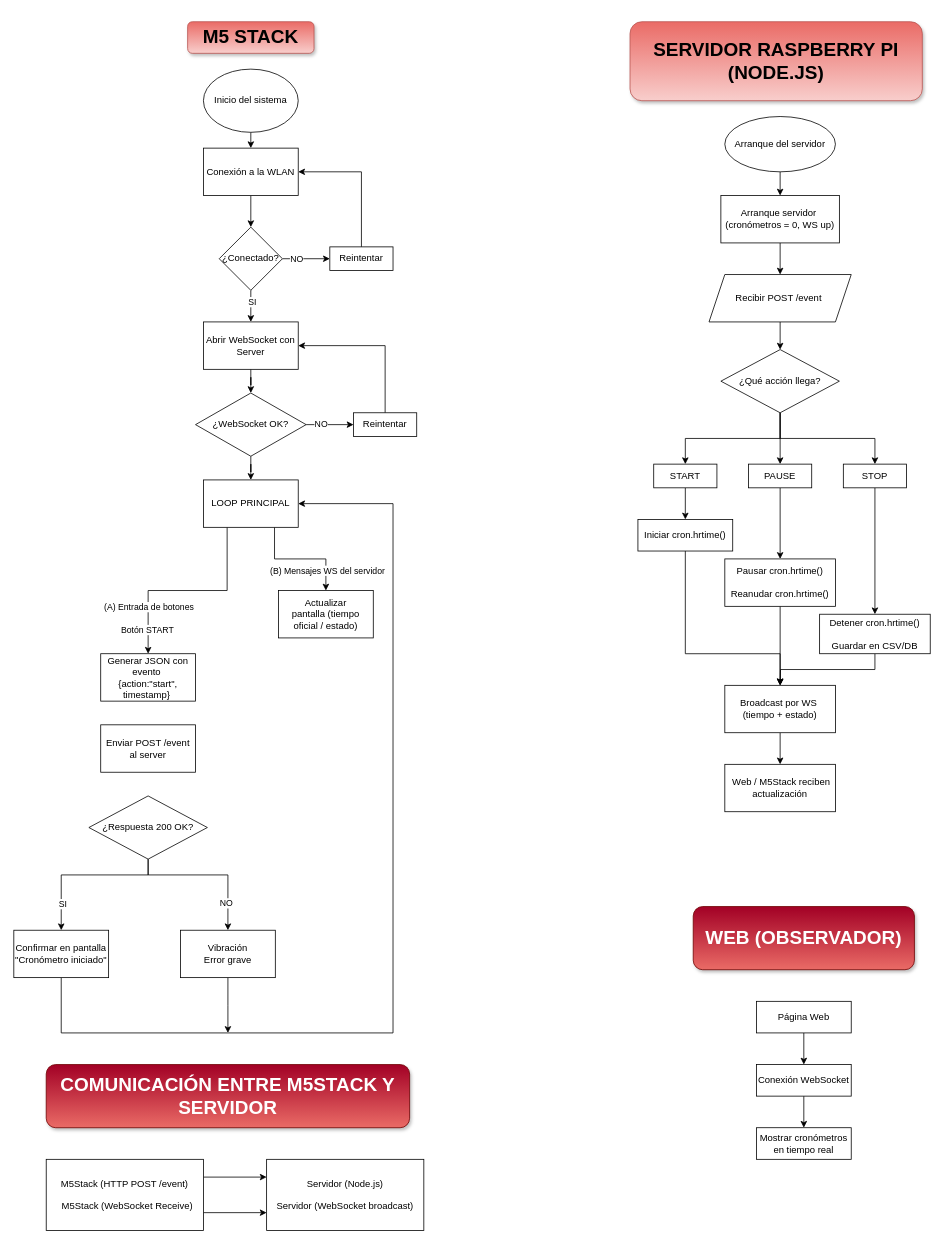
POLIWOOD-UPV/Comunicacion_XtraChallenge keeps this draw.io diagram as diagrams/POLIWOOD-M5STACK.drawio. Above is the earlier version. Source tidied: cells renumbered, new cells numbered last; positions are measured from the earlier drawing's top-left corner, leaving out a move shared by most shapes. Both pictures are drawn from the tidied source at 79%, with x=0, y=0 at pixel (13, 21).
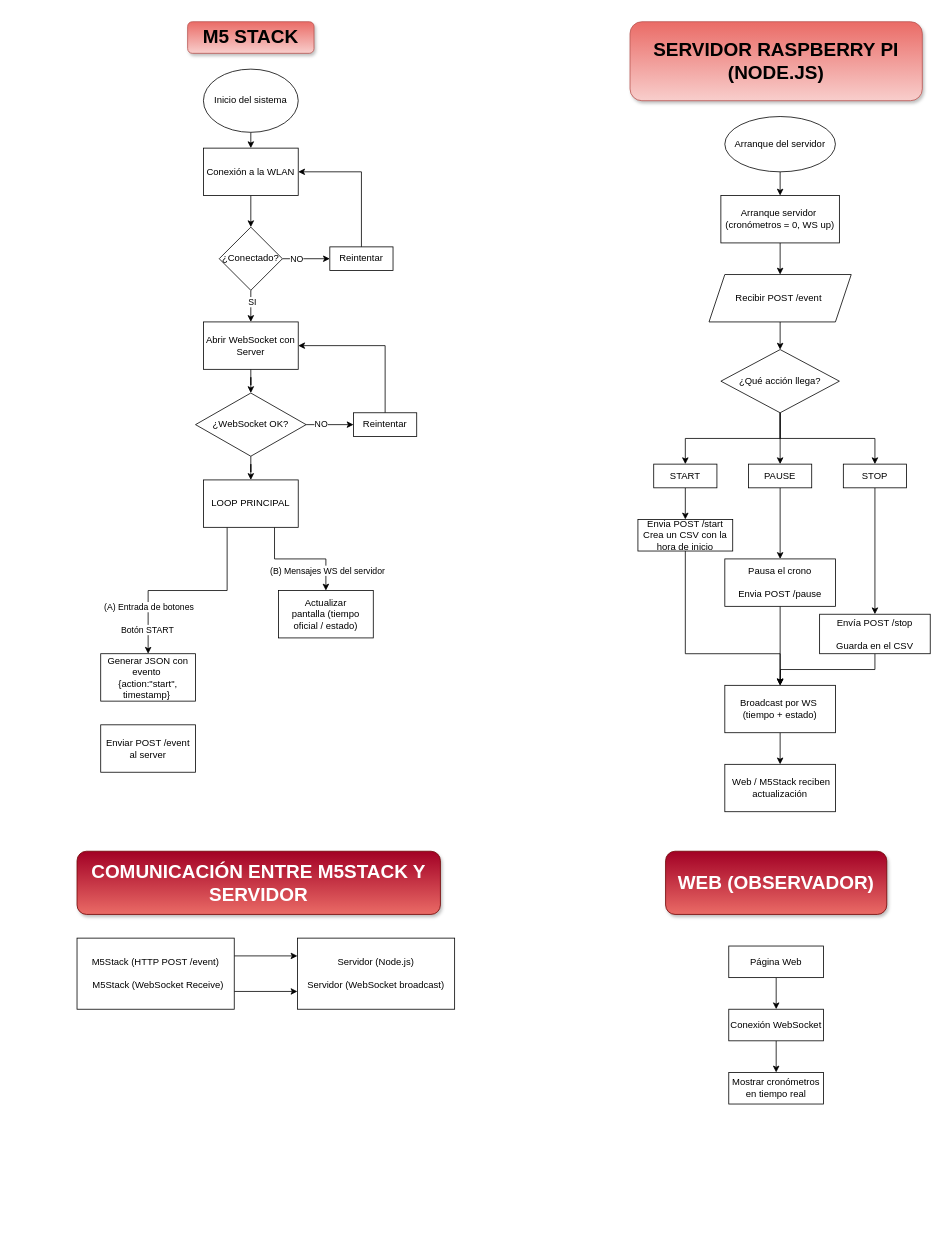
The same page after the edit.

The change refers to these unchanged cells:
```xml
<mxCell id="27" value="LOOP PRINCIPAL" style="rounded=0;whiteSpace=wrap;html=1;" parent="1" vertex="1">
  <mxGeometry x="240" y="580" width="120" height="60" as="geometry" />
</mxCell>
```

The edit, as a diff of the source:
```diff
@@
-    <mxCell id="31" style="edgeStyle=orthogonalEdgeStyle;rounded=0;jettySize=auto;html=1;exitX=0.5;exitY=1;exitDx=0;exitDy=0;" parent="1" edge="1" source="35" target="39">
-      <mxGeometry relative="1" as="geometry">
-        <Array as="points">
-          <mxPoint x="170" y="1080" />
-          <mxPoint x="60" y="1080" />
-        </Array>
-      </mxGeometry>
-    </mxCell>
-    <mxCell id="32" value="SI" style="edgeLabel;html=1;align=center;verticalAlign=middle;" parent="31" vertex="1">
-      <mxGeometry x="0.66" y="1" relative="1" as="geometry" />
-    </mxCell>
-    <mxCell id="33" style="edgeStyle=orthogonalEdgeStyle;rounded=0;jettySize=auto;html=1;exitX=0.5;exitY=1;exitDx=0;exitDy=0;" parent="1" edge="1" source="35" target="37">
-      <mxGeometry relative="1" as="geometry">
-        <Array as="points">
-          <mxPoint x="170" y="1080" />
-          <mxPoint x="271" y="1080" />
-        </Array>
-      </mxGeometry>
-    </mxCell>
-    <mxCell id="34" value="NO" style="edgeLabel;html=1;align=center;verticalAlign=middle;" parent="33" vertex="1">
-      <mxGeometry x="0.63" y="-3" relative="1" as="geometry" />
-    </mxCell>
-    <mxCell id="35" value="¿Respuesta 200 OK?" style="rhombus;whiteSpace=wrap;html=1;" parent="1" vertex="1">
-      <mxGeometry x="95" y="980" width="150" height="80" as="geometry" />
-    </mxCell>
-    <mxCell id="36" style="edgeStyle=orthogonalEdgeStyle;rounded=0;jettySize=auto;html=1;exitX=0.5;exitY=1;exitDx=0;exitDy=0;" parent="1" edge="1" source="37">
-      <mxGeometry relative="1" as="geometry">
-        <mxPoint x="271" y="1280" as="targetPoint" />
-      </mxGeometry>
-    </mxCell>
-    <mxCell id="37" value="Vibración&lt;div&gt;Error grave&lt;/div&gt;" style="rounded=0;whiteSpace=wrap;html=1;" parent="1" vertex="1">
-      <mxGeometry x="211" y="1150" width="120" height="60" as="geometry" />
-    </mxCell>
-    <mxCell id="38" style="edgeStyle=orthogonalEdgeStyle;rounded=0;jettySize=auto;html=1;exitX=0.5;exitY=1;exitDx=0;exitDy=0;entryX=1;entryY=0.5;entryDx=0;entryDy=0;" parent="1" edge="1" source="39" target="27">
-      <mxGeometry relative="1" as="geometry">
-        <Array as="points">
-          <mxPoint x="60" y="1280" />
-          <mxPoint x="480" y="1280" />
-          <mxPoint x="480" y="610" />
-        </Array>
-      </mxGeometry>
-    </mxCell>
-    <mxCell id="39" value="Confirmar en pantalla &quot;Cronómetro iniciado&quot;" style="rounded=0;whiteSpace=wrap;html=1;" parent="1" vertex="1">
-      <mxGeometry y="1150" width="120" height="60" as="geometry" />
-    </mxCell>
     <mxCell id="40" value="&lt;h1&gt;COMUNICACIÓN ENTRE M5STACK Y SERVIDOR&lt;/h1&gt;" style="text;html=1;whiteSpace=wrap;strokeColor=#6F0000;fillColor=#a20025;align=center;verticalAlign=middle;rounded=1;fontColor=#ffffff;glass=0;shadow=1;gradientColor=#EA6B66;" parent="1" vertex="1">
-      <mxGeometry x="41" y="1320" width="460" height="80" as="geometry" />
+      <mxGeometry x="80" y="1050" width="460" height="80" as="geometry" />
     </mxCell>
@@
     <mxCell id="43" value="&lt;div&gt;&lt;div&gt;M5Stack (HTTP POST /event)&lt;/div&gt;&lt;div&gt;&lt;br&gt;&lt;/div&gt;&lt;div&gt;&amp;nbsp; &amp;nbsp;M5Stack (WebSocket Receive)&amp;nbsp;&lt;/div&gt;&lt;/div&gt;" style="rounded=0;whiteSpace=wrap;html=1;" parent="1" vertex="1">
-      <mxGeometry x="41" y="1440" width="199" height="90" as="geometry" />
+      <mxGeometry x="80" y="1160" width="199" height="90" as="geometry" />
     </mxCell>
     <mxCell id="44" value="&lt;div&gt;Servidor (Node.js)&lt;div&gt;&lt;br&gt;&lt;/div&gt;&lt;div&gt;Servidor (WebSocket broadcast)&lt;/div&gt;&lt;/div&gt;" style="rounded=0;whiteSpace=wrap;html=1;" parent="1" vertex="1">
-      <mxGeometry x="320" y="1440" width="199" height="90" as="geometry" />
+      <mxGeometry x="359" y="1160" width="199" height="90" as="geometry" />
     </mxCell>
@@
-    <mxCell id="63" value="Iniciar cron.hrtime()" style="rounded=0;whiteSpace=wrap;html=1;" parent="1" vertex="1">
+    <mxCell id="63" value="Envia POST /start&lt;div&gt;&lt;div&gt;Crea un CSV con la hora de inicio&lt;/div&gt;&lt;/div&gt;" style="rounded=0;whiteSpace=wrap;html=1;" parent="1" vertex="1">
       <mxGeometry x="790" y="630" width="120" height="40" as="geometry" />
     </mxCell>
@@
-    <mxCell id="65" value="Pausar cron.hrtime()&lt;div&gt;&lt;br&gt;&lt;/div&gt;&lt;div&gt;Reanudar cron.hrtime()&lt;/div&gt;" style="rounded=0;whiteSpace=wrap;html=1;" parent="1" vertex="1">
+    <mxCell id="65" value="Pausa el crono&lt;div&gt;&lt;br&gt;&lt;/div&gt;&lt;div&gt;Envia POST /pause&lt;/div&gt;" style="rounded=0;whiteSpace=wrap;html=1;" parent="1" vertex="1">
       <mxGeometry x="900" y="680" width="140" height="60" as="geometry" />
     </mxCell>
@@
-    <mxCell id="67" value="&lt;div&gt;Detener&amp;nbsp;&lt;span style=&quot;background-color: transparent;&quot;&gt;cron.hrtime()&lt;/span&gt;&lt;/div&gt;&lt;div&gt;&lt;span style=&quot;background-color: transparent;&quot;&gt;&lt;br&gt;&lt;/span&gt;&lt;/div&gt;&lt;div&gt;&lt;span style=&quot;background-color: transparent;&quot;&gt;Guardar en CSV/DB&lt;/span&gt;&lt;/div&gt;" style="rounded=0;whiteSpace=wrap;html=1;" parent="1" vertex="1">
+    <mxCell id="67" value="Envía POST /stop&lt;div&gt;&lt;br&gt;&lt;/div&gt;&lt;div&gt;Guarda en el CSV&lt;/div&gt;" style="rounded=0;whiteSpace=wrap;html=1;" parent="1" vertex="1">
       <mxGeometry x="1020" y="750" width="140" height="50" as="geometry" />
     </mxCell>
@@
     <mxCell id="71" value="&lt;h1&gt;WEB (OBSERVADOR)&lt;/h1&gt;" style="text;html=1;whiteSpace=wrap;strokeColor=#6F0000;fillColor=#a20025;align=center;verticalAlign=middle;rounded=1;fontColor=#ffffff;glass=0;shadow=1;gradientColor=#EA6B66;" parent="1" vertex="1">
-      <mxGeometry x="860" y="1120" width="280" height="80" as="geometry" />
+      <mxGeometry x="825" y="1050" width="280" height="80" as="geometry" />
     </mxCell>
@@
     <mxCell id="73" value="Página Web" style="rounded=0;whiteSpace=wrap;html=1;" parent="1" vertex="1">
-      <mxGeometry x="940" y="1240" width="120" height="40" as="geometry" />
+      <mxGeometry x="905" y="1170" width="120" height="40" as="geometry" />
     </mxCell>
@@
     <mxCell id="75" value="Conexión WebSocket" style="rounded=0;whiteSpace=wrap;html=1;" parent="1" vertex="1">
-      <mxGeometry x="940" y="1320" width="120" height="40" as="geometry" />
+      <mxGeometry x="905" y="1250" width="120" height="40" as="geometry" />
     </mxCell>
     <mxCell id="76" value="Mostrar cronómetros en tiempo real" style="rounded=0;whiteSpace=wrap;html=1;" parent="1" vertex="1">
-      <mxGeometry x="940" y="1400" width="120" height="40" as="geometry" />
+      <mxGeometry x="905" y="1330" width="120" height="40" as="geometry" />
     </mxCell>
```
